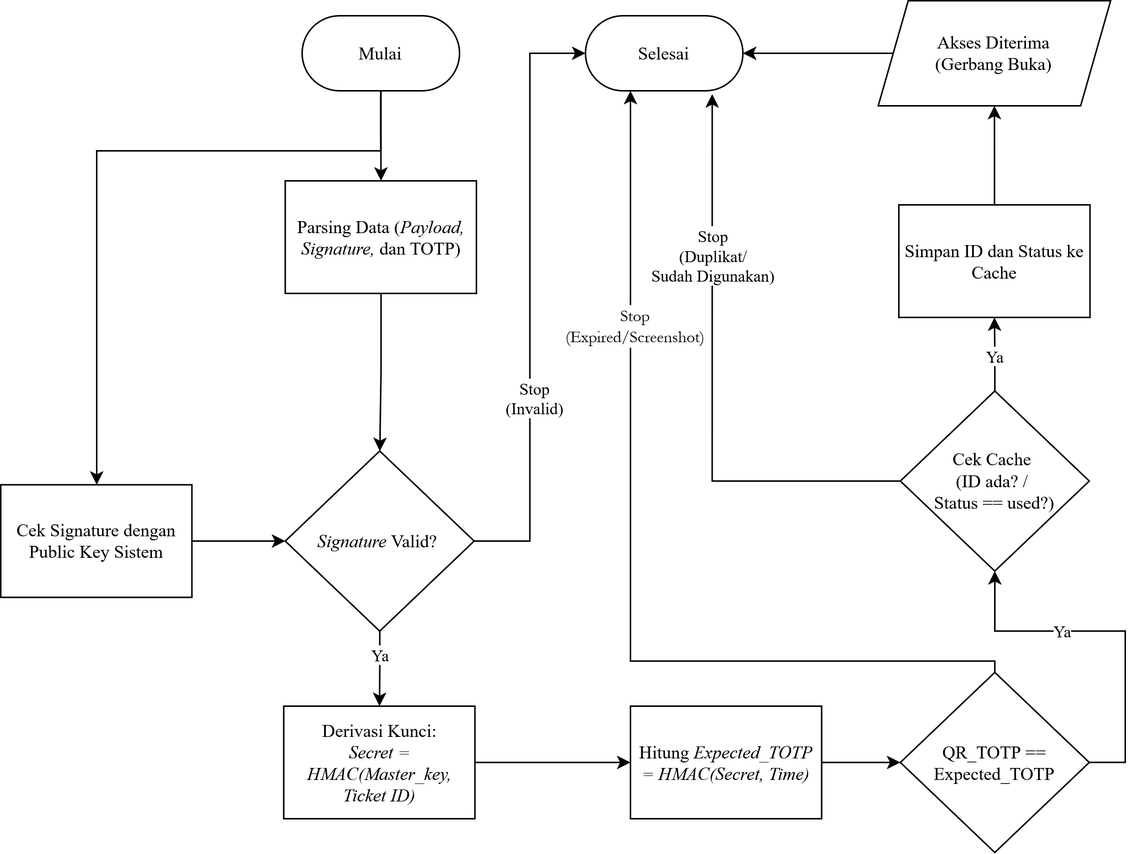
Earlier version of the draw.io export image/TA-flowchart-validasi.png (fahreza47/ProposalTA). Source tidied: cells renumbered, new cells last; positions are measured from the earlier drawing's top-left corner, leaving out a move shared by most shapes. The source it was exported from:
```xml
<mxGraphModel>
  <root>
    <mxCell id="0" />
    <mxCell id="1" parent="0" />
    <mxCell id="2" style="edgeStyle=orthogonalEdgeStyle;rounded=0;jettySize=auto;html=1;" parent="1" edge="1" source="4" target="6">
      <mxGeometry relative="1" as="geometry" />
    </mxCell>
    <mxCell id="3" style="edgeStyle=orthogonalEdgeStyle;rounded=0;jettySize=auto;html=1;" parent="1" edge="1" source="4" target="11">
      <mxGeometry relative="1" as="geometry">
        <Array as="points">
          <mxPoint x="254" y="100" />
          <mxPoint x="64" y="100" />
        </Array>
      </mxGeometry>
    </mxCell>
    <mxCell id="4" value="&lt;font face=&quot;Times New Roman&quot;&gt;Mulai&lt;/font&gt;" style="html=1;dashed=0;whiteSpace=wrap;shape=mxgraph.dfd.start;" parent="1" vertex="1">
      <mxGeometry x="201" y="10" width="105" height="50" as="geometry" />
    </mxCell>
    <mxCell id="5" style="edgeStyle=orthogonalEdgeStyle;rounded=0;jettySize=auto;html=1;" parent="1" edge="1" source="6" target="9">
      <mxGeometry relative="1" as="geometry" />
    </mxCell>
    <mxCell id="6" value="&lt;font face=&quot;Times New Roman&quot;&gt;Parsing Data (&lt;i&gt;Payload, Signature,&amp;nbsp;&lt;/i&gt;dan TOTP)&lt;/font&gt;" style="html=1;dashed=0;whiteSpace=wrap;" parent="1" vertex="1">
      <mxGeometry x="189.8" y="120" width="127.5" height="75" as="geometry" />
    </mxCell>
    <mxCell id="7" style="edgeStyle=orthogonalEdgeStyle;rounded=0;jettySize=auto;html=1;" parent="1" edge="1" source="9" target="13">
      <mxGeometry relative="1" as="geometry" />
    </mxCell>
    <mxCell id="8" value="&lt;font face=&quot;Times New Roman&quot;&gt;Ya&lt;/font&gt;" style="edgeLabel;html=1;align=center;verticalAlign=middle;" parent="7" vertex="1">
      <mxGeometry x="-0.38" relative="1" as="geometry" />
    </mxCell>
    <mxCell id="9" value="&lt;div&gt;&lt;font face=&quot;Times New Roman&quot;&gt;&lt;i&gt;Signature &lt;/i&gt;Valid?&amp;nbsp;&lt;/font&gt;&lt;/div&gt;" style="rhombus;whiteSpace=wrap;html=1;" parent="1" vertex="1">
      <mxGeometry x="189.8" y="300" width="126" height="120" as="geometry" />
    </mxCell>
    <mxCell id="10" style="edgeStyle=orthogonalEdgeStyle;rounded=0;jettySize=auto;html=1;entryX=0;entryY=0.5;entryDx=0;entryDy=0;" parent="1" edge="1" source="11" target="9">
      <mxGeometry relative="1" as="geometry" />
    </mxCell>
    <mxCell id="11" value="&lt;div&gt;&lt;font face=&quot;Times New Roman&quot;&gt;Cek Signature dengan Public Key Sistem&lt;/font&gt;&lt;/div&gt;" style="html=1;dashed=0;whiteSpace=wrap;" parent="1" vertex="1">
      <mxGeometry y="322.5" width="127.5" height="75" as="geometry" />
    </mxCell>
    <mxCell id="12" style="edgeStyle=orthogonalEdgeStyle;rounded=0;jettySize=auto;html=1;entryX=0;entryY=0.5;entryDx=0;entryDy=0;" parent="1" edge="1" source="13" target="15">
      <mxGeometry relative="1" as="geometry" />
    </mxCell>
    <mxCell id="13" value="&lt;div&gt;&lt;font face=&quot;Times New Roman&quot;&gt;Derivasi Kunci:&lt;/font&gt;&lt;/div&gt;&lt;div&gt;&lt;font face=&quot;Times New Roman&quot;&gt;&lt;i&gt;Secret = HMAC(Master_key, Ticket ID)&lt;/i&gt;&lt;/font&gt;&lt;/div&gt;" style="html=1;dashed=0;whiteSpace=wrap;" parent="1" vertex="1">
      <mxGeometry x="188.8" y="470" width="127.5" height="75" as="geometry" />
    </mxCell>
    <mxCell id="14" style="edgeStyle=orthogonalEdgeStyle;rounded=0;jettySize=auto;html=1;entryX=0;entryY=0.5;entryDx=0;entryDy=0;" parent="1" edge="1" source="15" target="20">
      <mxGeometry relative="1" as="geometry" />
    </mxCell>
    <mxCell id="15" value="&lt;div&gt;&lt;font face=&quot;Times New Roman&quot;&gt;Hitung &lt;i&gt;Expected_TOTP = HMAC(Secret, Time)&lt;/i&gt;&lt;/font&gt;&lt;/div&gt;" style="html=1;dashed=0;whiteSpace=wrap;" parent="1" vertex="1">
      <mxGeometry x="420" y="470" width="127.5" height="75" as="geometry" />
    </mxCell>
    <mxCell id="16" style="edgeStyle=orthogonalEdgeStyle;rounded=0;jettySize=auto;html=1;" parent="1" edge="1" source="20" target="21">
      <mxGeometry relative="1" as="geometry">
        <Array as="points">
          <mxPoint x="663" y="440" />
          <mxPoint x="420" y="440" />
        </Array>
      </mxGeometry>
    </mxCell>
    <mxCell id="17" value="&lt;div&gt;&lt;font face=&quot;Garamond&quot;&gt;Stop&lt;/font&gt;&lt;/div&gt;&lt;div&gt;&lt;font face=&quot;Garamond&quot;&gt;(Expired/Screenshot)&lt;/font&gt;&lt;/div&gt;" style="edgeLabel;html=1;align=center;verticalAlign=middle;" parent="16" vertex="1">
      <mxGeometry x="0.51" y="-2" relative="1" as="geometry">
        <mxPoint y="2" as="offset" />
      </mxGeometry>
    </mxCell>
    <mxCell id="18" style="edgeStyle=orthogonalEdgeStyle;rounded=0;jettySize=auto;html=1;entryX=0.5;entryY=1;entryDx=0;entryDy=0;" parent="1" edge="1" source="20" target="26">
      <mxGeometry relative="1" as="geometry">
        <Array as="points">
          <mxPoint x="750" y="507" />
          <mxPoint x="750" y="420" />
          <mxPoint x="663" y="420" />
        </Array>
      </mxGeometry>
    </mxCell>
    <mxCell id="19" value="&lt;font face=&quot;Times New Roman&quot;&gt;Ya&lt;/font&gt;" style="edgeLabel;html=1;align=center;verticalAlign=middle;" parent="18" vertex="1">
      <mxGeometry x="0.29" y="-1" relative="1" as="geometry" />
    </mxCell>
    <mxCell id="20" value="&lt;div&gt;&lt;font face=&quot;Times New Roman&quot;&gt;QR_TOTP == Expected_TOTP&lt;/font&gt;&lt;/div&gt;" style="rhombus;whiteSpace=wrap;html=1;" parent="1" vertex="1">
      <mxGeometry x="600" y="447.5" width="126" height="120" as="geometry" />
    </mxCell>
    <mxCell id="21" value="&lt;font face=&quot;Times New Roman&quot;&gt;Selesai&lt;/font&gt;" style="html=1;dashed=0;whiteSpace=wrap;shape=mxgraph.dfd.start;" parent="1" vertex="1">
      <mxGeometry x="390" y="10" width="105" height="50" as="geometry" />
    </mxCell>
    <mxCell id="22" style="edgeStyle=orthogonalEdgeStyle;rounded=0;jettySize=auto;html=1;entryX=0;entryY=0.5;entryDx=0;entryDy=0;entryPerimeter=0;" parent="1" edge="1" source="9" target="21">
      <mxGeometry relative="1" as="geometry" />
    </mxCell>
    <mxCell id="23" value="&lt;div&gt;&lt;font face=&quot;Times New Roman&quot;&gt;Stop&lt;/font&gt;&lt;/div&gt;&lt;div&gt;&lt;font face=&quot;Times New Roman&quot;&gt;(Invalid)&lt;/font&gt;&lt;/div&gt;" style="edgeLabel;html=1;align=center;verticalAlign=middle;" parent="22" vertex="1">
      <mxGeometry x="-0.2" y="-3" relative="1" as="geometry">
        <mxPoint y="27" as="offset" />
      </mxGeometry>
    </mxCell>
    <mxCell id="24" style="edgeStyle=orthogonalEdgeStyle;rounded=0;jettySize=auto;html=1;entryX=0.5;entryY=1;entryDx=0;entryDy=0;" parent="1" edge="1" source="26" target="30">
      <mxGeometry relative="1" as="geometry" />
    </mxCell>
    <mxCell id="25" value="&lt;font face=&quot;Times New Roman&quot;&gt;Ya&lt;/font&gt;" style="edgeLabel;html=1;align=center;verticalAlign=middle;" parent="24" vertex="1">
      <mxGeometry y="3" relative="1" as="geometry">
        <mxPoint x="3" y="1" as="offset" />
      </mxGeometry>
    </mxCell>
    <mxCell id="26" value="&lt;div&gt;&lt;font face=&quot;Times New Roman&quot;&gt;Cek Cache&amp;nbsp;&lt;/font&gt;&lt;/div&gt;&lt;div&gt;&lt;font face=&quot;Times New Roman&quot;&gt;(ID ada? /&amp;nbsp;&lt;/font&gt;&lt;/div&gt;&lt;div&gt;&lt;font face=&quot;Times New Roman&quot;&gt;Status == used?)&lt;/font&gt;&lt;/div&gt;" style="rhombus;whiteSpace=wrap;html=1;" parent="1" vertex="1">
      <mxGeometry x="600" y="260" width="126" height="120" as="geometry" />
    </mxCell>
    <mxCell id="27" style="edgeStyle=orthogonalEdgeStyle;rounded=0;jettySize=auto;html=1;entryX=0.805;entryY=1.044;entryDx=0;entryDy=0;entryPerimeter=0;" parent="1" edge="1" source="26" target="21">
      <mxGeometry relative="1" as="geometry" />
    </mxCell>
    <mxCell id="28" value="&lt;div&gt;&lt;font face=&quot;Times New Roman&quot;&gt;Stop&lt;/font&gt;&lt;/div&gt;&lt;div&gt;&lt;font face=&quot;Times New Roman&quot;&gt;(Duplikat/&lt;/font&gt;&lt;/div&gt;&lt;div&gt;&lt;font face=&quot;Times New Roman&quot;&gt;Sudah Digunakan)&lt;/font&gt;&lt;/div&gt;" style="edgeLabel;html=1;align=center;verticalAlign=middle;" parent="27" vertex="1">
      <mxGeometry x="0.36" relative="1" as="geometry">
        <mxPoint y="-16" as="offset" />
      </mxGeometry>
    </mxCell>
    <mxCell id="29" style="edgeStyle=orthogonalEdgeStyle;rounded=0;jettySize=auto;html=1;entryX=0.5;entryY=1;entryDx=0;entryDy=0;" parent="1" edge="1" source="30" target="32">
      <mxGeometry relative="1" as="geometry" />
    </mxCell>
    <mxCell id="30" value="&lt;div&gt;&lt;font face=&quot;Times New Roman&quot;&gt;Simpan ID dan Status ke Cache&lt;/font&gt;&lt;/div&gt;" style="html=1;dashed=0;whiteSpace=wrap;" parent="1" vertex="1">
      <mxGeometry x="599" y="136" width="127.5" height="75" as="geometry" />
    </mxCell>
    <mxCell id="31" style="edgeStyle=orthogonalEdgeStyle;rounded=0;jettySize=auto;html=1;" parent="1" edge="1" source="32" target="21">
      <mxGeometry relative="1" as="geometry" />
    </mxCell>
    <mxCell id="32" value="&lt;div&gt;&lt;font face=&quot;Times New Roman&quot;&gt;Akses Diterima&lt;/font&gt;&lt;/div&gt;&lt;div&gt;&lt;font face=&quot;Times New Roman&quot;&gt;(Gerbang Buka)&lt;/font&gt;&lt;/div&gt;" style="shape=parallelogram;perimeter=parallelogramPerimeter;whiteSpace=wrap;html=1;fixedSize=1;" parent="1" vertex="1">
      <mxGeometry x="585.2" width="155" height="70" as="geometry" />
    </mxCell>
  </root>
</mxGraphModel>
```
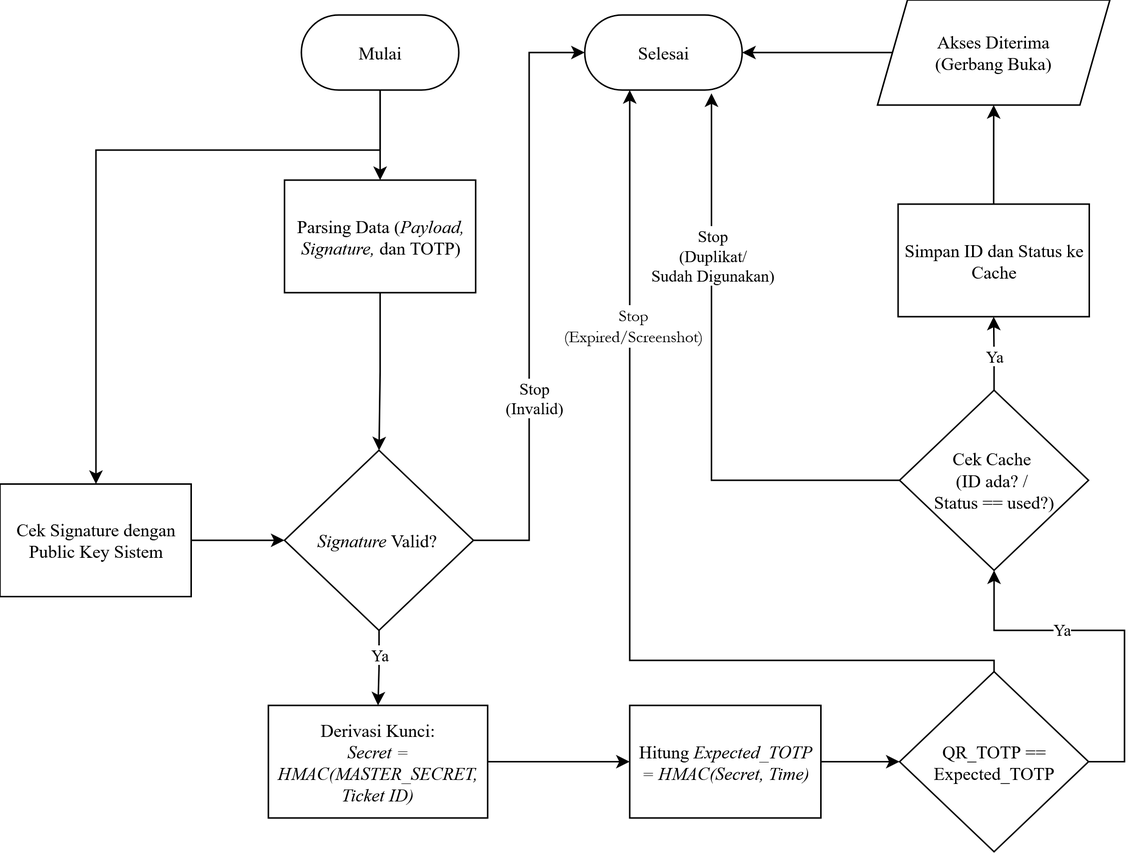
The same diagram one commit later.

The edit, as a diff of the source:
```diff
@@ -40,8 +40,8 @@
     <mxCell id="12" style="edgeStyle=orthogonalEdgeStyle;rounded=0;jettySize=auto;html=1;entryX=0;entryY=0.5;entryDx=0;entryDy=0;" parent="1" edge="1" source="13" target="15">
       <mxGeometry relative="1" as="geometry" />
     </mxCell>
-    <mxCell id="13" value="&lt;div&gt;&lt;font face=&quot;Times New Roman&quot;&gt;Derivasi Kunci:&lt;/font&gt;&lt;/div&gt;&lt;div&gt;&lt;font face=&quot;Times New Roman&quot;&gt;&lt;i&gt;Secret = HMAC(Master_key, Ticket ID)&lt;/i&gt;&lt;/font&gt;&lt;/div&gt;" style="html=1;dashed=0;whiteSpace=wrap;" parent="1" vertex="1">
-      <mxGeometry x="188.8" y="470" width="127.5" height="75" as="geometry" />
+    <mxCell id="13" value="&lt;div&gt;&lt;font face=&quot;Times New Roman&quot;&gt;Derivasi Kunci:&lt;/font&gt;&lt;/div&gt;&lt;div&gt;&lt;font face=&quot;Times New Roman&quot;&gt;&lt;i&gt;Secret = HMAC(MASTER_SECRET, Ticket ID)&lt;/i&gt;&lt;/font&gt;&lt;/div&gt;" style="html=1;dashed=0;whiteSpace=wrap;" parent="1" vertex="1">
+      <mxGeometry x="179" y="470" width="146.2" height="75" as="geometry" />
     </mxCell>
     <mxCell id="14" style="edgeStyle=orthogonalEdgeStyle;rounded=0;jettySize=auto;html=1;entryX=0;entryY=0.5;entryDx=0;entryDy=0;" parent="1" edge="1" source="15" target="20">
       <mxGeometry relative="1" as="geometry" />
```
